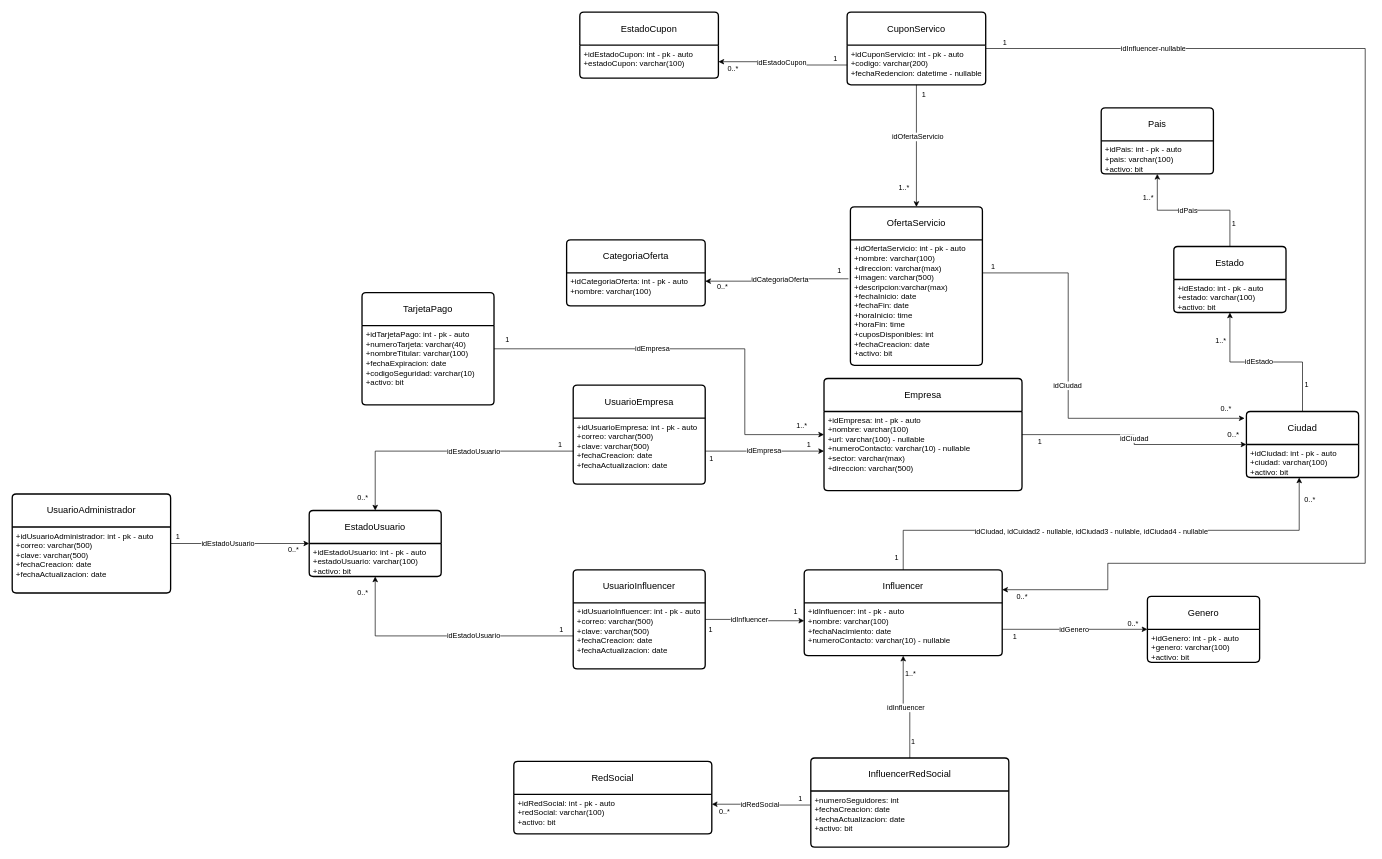
The draw.io diagram page "Modelo Relacional" (2 of 3) of Arquitectura de software.drawio in felipeuniandinos/clubinflu, before the edit. Source tidied: cells renumbered, new cells numbered last; positions are measured from the earlier drawing's top-left corner, leaving out a move shared by most shapes. Both pictures are drawn from the tidied source at 66%, with x=0, y=0 at pixel (12, 12).
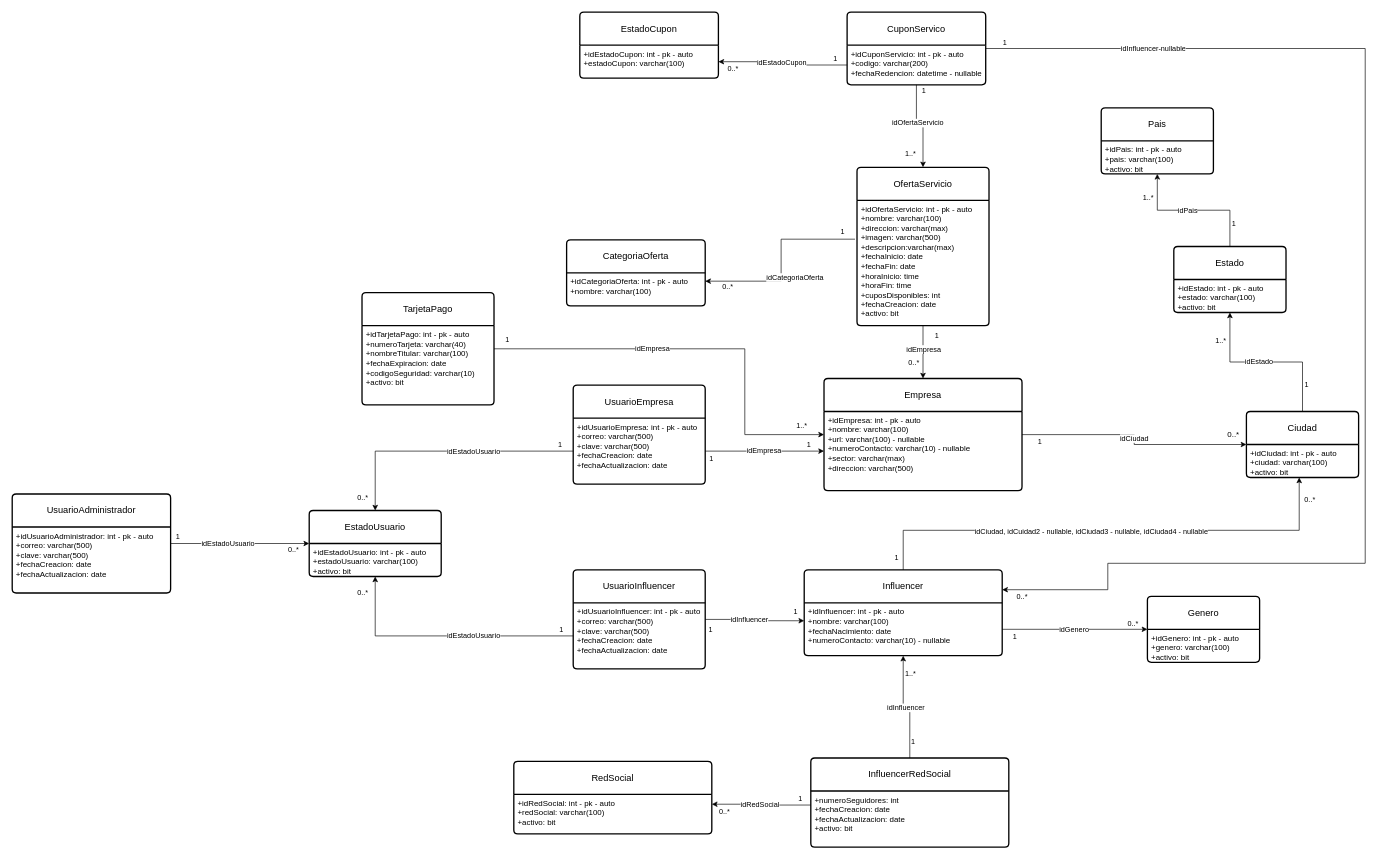
The same page after the edit.

Commit message:
Se ajusta el modelo relacional

The change refers to these unchanged cells:
```xml
<mxCell id="5" value="Empresa" style="swimlane;horizontal=1;startSize=50;rounded=1;fontSize=14;fontStyle=0;strokeWidth=2;shadow=0;dashed=0;align=center;arcSize=4;whiteSpace=wrap;html=1;" parent="1" vertex="1">
  <mxGeometry x="1230" y="555" width="300" height="170" as="geometry" />
</mxCell>
<mxCell id="11" value="Ciudad" style="swimlane;horizontal=1;startSize=50;rounded=1;fontSize=14;fontStyle=0;strokeWidth=2;shadow=0;dashed=0;align=center;arcSize=4;whiteSpace=wrap;html=1;" parent="1" vertex="1">
  <mxGeometry x="1870" y="605" width="170" height="100" as="geometry" />
</mxCell>
<mxCell id="63" value="+idOfertaServicio: int - pk - auto&lt;div&gt;+nombre: varchar(100)&lt;br&gt;&lt;div&gt;+direccion: varchar(max)&lt;br&gt;+imagen: varchar(500)&lt;/div&gt;&lt;div&gt;+descripcion:varchar(max)&lt;/div&gt;&lt;/div&gt;&lt;div&gt;+fechaInicio: date&lt;/div&gt;&lt;div&gt;+fechaFin: date&lt;/div&gt;&lt;div&gt;+horaInicio: time&lt;/div&gt;&lt;div&gt;+horaFin: time&lt;/div&gt;&lt;div&gt;+cuposDisponibles: int&lt;/div&gt;&lt;div&gt;+fechaCreacion: date&lt;/div&gt;&lt;div&gt;+activo: bit&lt;/div&gt;" style="align=left;strokeColor=none;fillColor=none;spacingLeft=4;fontSize=12;verticalAlign=top;html=1;" parent="62" vertex="1">
  <mxGeometry y="50" width="200" height="190" as="geometry" />
</mxCell>
```

Diff of the diagram source:
```diff
@@
     <mxCell id="62" value="OfertaServicio" style="swimlane;horizontal=1;startSize=50;rounded=1;fontSize=14;fontStyle=0;strokeWidth=2;shadow=0;dashed=0;align=center;arcSize=4;whiteSpace=wrap;html=1;" parent="1" vertex="1">
-      <mxGeometry x="1270" y="295" width="200" height="240" as="geometry" />
+      <mxGeometry x="1280" y="235" width="200" height="240" as="geometry" />
     </mxCell>
@@
-    <mxCell id="64" style="edgeStyle=orthogonalEdgeStyle;rounded=0;jettySize=auto;html=1;entryX=-0.016;entryY=0.103;entryDx=0;entryDy=0;entryPerimeter=0;" parent="1" edge="1" source="63" target="11">
-      <mxGeometry relative="1" as="geometry">
-        <Array as="points">
-          <mxPoint x="1600" y="395" />
-          <mxPoint x="1600" y="615" />
-        </Array>
-      </mxGeometry>
-    </mxCell>
-    <mxCell id="65" value="idCiudad" style="edgeLabel;html=1;align=center;verticalAlign=middle;" parent="64" vertex="1">
-      <mxGeometry x="-0.03" y="-2" relative="1" as="geometry" />
-    </mxCell>
-    <mxCell id="66" value="1" style="edgeLabel;html=1;align=center;verticalAlign=middle;" parent="64" vertex="1">
-      <mxGeometry x="-0.94" y="1" relative="1" as="geometry">
-        <mxPoint x="-4" y="-9" as="offset" />
-      </mxGeometry>
-    </mxCell>
-    <mxCell id="67" value="0..*" style="edgeLabel;html=1;align=center;verticalAlign=middle;" parent="64" vertex="1">
-      <mxGeometry x="0.87" y="1" relative="1" as="geometry">
-        <mxPoint x="12" y="-14" as="offset" />
-      </mxGeometry>
-    </mxCell>
@@
+    <mxCell id="108" style="edgeStyle=orthogonalEdgeStyle;rounded=0;jettySize=auto;html=1;" parent="1" edge="1" source="63" target="5">
+      <mxGeometry relative="1" as="geometry" />
+    </mxCell>
+    <mxCell id="109" value="idEmpresa" style="edgeLabel;html=1;align=center;verticalAlign=middle;" parent="108" vertex="1">
+      <mxGeometry x="-0.3" relative="1" as="geometry">
+        <mxPoint y="7" as="offset" />
+      </mxGeometry>
+    </mxCell>
+    <mxCell id="66" value="1" style="edgeLabel;html=1;align=center;verticalAlign=middle;" parent="108" vertex="1">
+      <mxGeometry x="-0.65" y="-2" relative="1" as="geometry">
+        <mxPoint x="22" as="offset" />
+      </mxGeometry>
+    </mxCell>
+    <mxCell id="67" value="0..*" style="edgeLabel;html=1;align=center;verticalAlign=middle;" parent="1" vertex="1">
+      <mxGeometry x="1090" y="415" as="geometry">
+        <mxPoint x="275" y="115" as="offset" />
+      </mxGeometry>
+    </mxCell>
```
